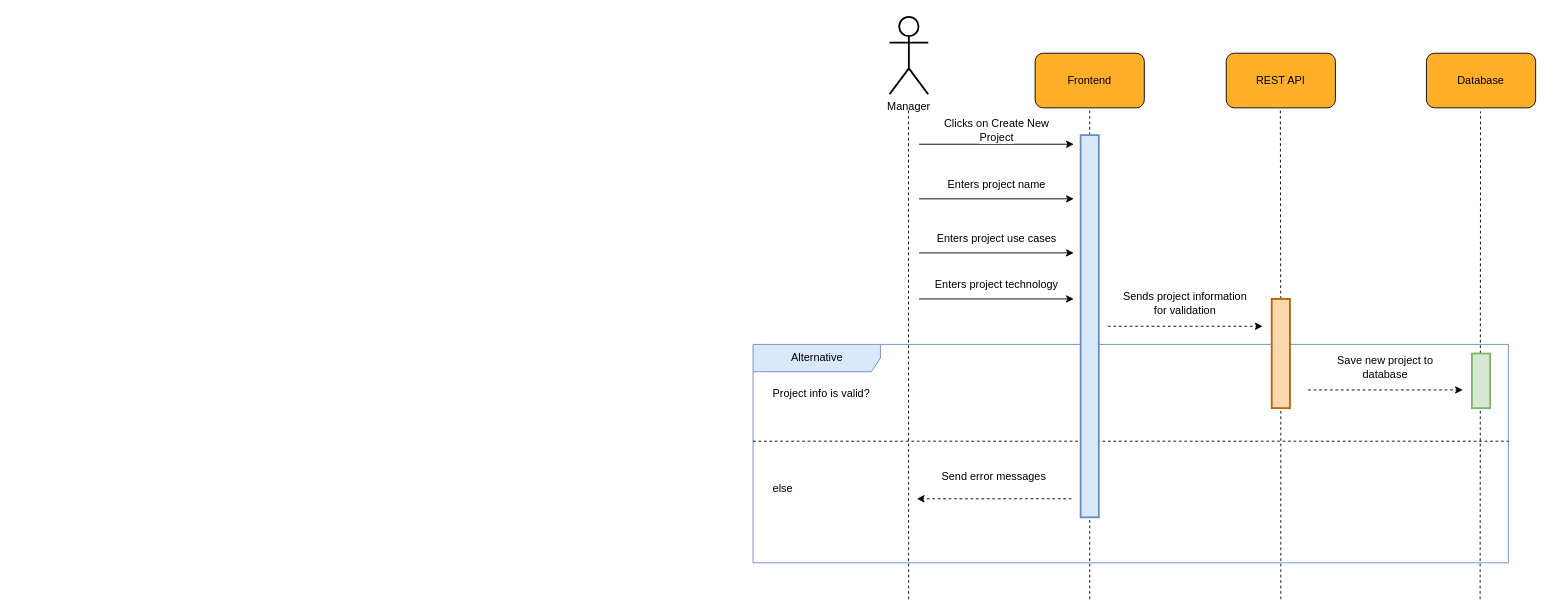
Earlier version of the draw.io diagram diagrams/collaboration/cd-10.drawio (usman1100/fyp-documentation). Source tidied: cells renumbered, new cells numbered last; positions are measured from the earlier drawing's top-left corner, leaving out a move shared by most shapes. Both pictures are drawn from the tidied source at 91%, with x=0, y=0 at pixel (753, 16).
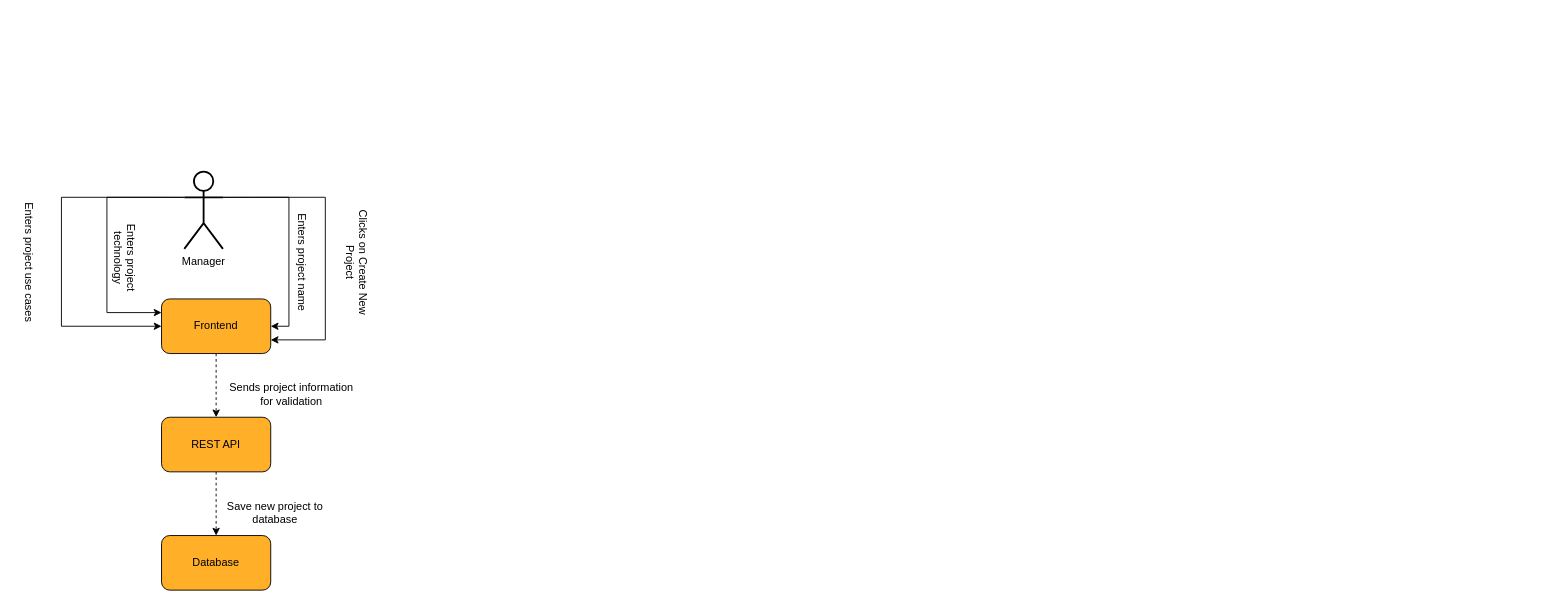
The same page after the edit.

The change refers to these unchanged cells:
```xml
<mxCell id="10" style="rounded=1;whiteSpace=wrap;html=1;fillColor=#FFAF28;fontSize=12;" parent="9" vertex="1">
  <mxGeometry width="120" height="60" as="geometry" />
</mxCell>
<mxCell id="25" style="rounded=1;whiteSpace=wrap;html=1;fillColor=#FFAF28;fontSize=12;" parent="24" vertex="1">
  <mxGeometry width="120" height="60" as="geometry" />
</mxCell>
```

What changed in the source:
```diff
@@
-    <mxCell id="2" value="Alternative" style="shape=umlFrame;tabWidth=110;tabHeight=30;tabPosition=left;html=1;boundedLbl=1;labelInHeader=1;width=140;height=30;fillColor=#dae8fc;fontSize=12;strokeWidth=1;strokeColor=#6c8ebf;" parent="1" vertex="1">
-      <mxGeometry y="360" width="830" height="240" as="geometry" />
-    </mxCell>
-    <mxCell id="3" value="Project info is valid?" style="text;fillColor=none;fontSize=12;" parent="2" vertex="1">
-      <mxGeometry width="100" height="20" relative="1" as="geometry">
-        <mxPoint x="20" y="40" as="offset" />
-      </mxGeometry>
-    </mxCell>
-    <mxCell id="4" value="else" style="line;strokeWidth=1;dashed=1;labelPosition=center;verticalLabelPosition=bottom;align=left;verticalAlign=top;spacingLeft=20;spacingTop=15;fillColor=none;fontSize=12;" parent="2" vertex="1">
-      <mxGeometry y="83.1" width="830" height="46.5" as="geometry" />
-    </mxCell>
-    <mxCell id="5" style="endArrow=classic;html=1;rounded=0;strokeWidth=1;jumpSize=6;fontSize=12;dashed=1;" parent="2" edge="1">
-      <mxGeometry relative="1" as="geometry">
-        <mxPoint x="610" y="50" as="sourcePoint" />
-        <mxPoint x="780" y="50" as="targetPoint" />
-      </mxGeometry>
-    </mxCell>
-    <mxCell id="6" value="&lt;span style=&quot;background-color: rgb(255 , 255 , 255)&quot;&gt;Save new project to database&lt;/span&gt;" style="text;html=1;strokeColor=none;fillColor=none;align=center;verticalAlign=middle;whiteSpace=wrap;rounded=0;fontSize=12;" parent="2" vertex="1">
-      <mxGeometry x="620" y="10" width="150" height="30" as="geometry" />
-    </mxCell>
-    <mxCell id="7" style="endArrow=classic;html=1;rounded=0;strokeWidth=1;jumpSize=6;fontSize=12;dashed=1;" parent="2" edge="1">
-      <mxGeometry relative="1" as="geometry">
-        <mxPoint x="350" y="169.6" as="sourcePoint" />
-        <mxPoint x="180" y="169.6" as="targetPoint" />
-      </mxGeometry>
-    </mxCell>
-    <mxCell id="8" value="&lt;span style=&quot;background-color: rgb(255 , 255 , 255)&quot;&gt;Send error messages&lt;/span&gt;" style="text;html=1;strokeColor=none;fillColor=none;align=center;verticalAlign=middle;whiteSpace=wrap;rounded=0;fontSize=12;" parent="2" vertex="1">
-      <mxGeometry x="190" y="129.6" width="150" height="30" as="geometry" />
-    </mxCell>
     <mxCell id="9" style="group;fontSize=12;" parent="1" vertex="1">
-      <mxGeometry x="310" y="40" width="120" height="60" as="geometry" />
+      <mxGeometry x="-650" y="310" width="120" height="60" as="geometry" />
     </mxCell>
@@
     <mxCell id="12" style="group;fontSize=12;" parent="1" vertex="1">
-      <mxGeometry x="520" y="40" width="120" height="60" as="geometry" />
+      <mxGeometry x="-650" y="440" width="120" height="60" as="geometry" />
     </mxCell>
@@
-    <mxCell id="15" style="endArrow=none;dashed=1;html=1;rounded=0;entryX=0.5;entryY=1;entryDx=0;entryDy=0;jumpSize=6;strokeWidth=1;fontSize=12;" parent="1" edge="1" target="10">
-      <mxGeometry relative="1" as="geometry">
-        <mxPoint x="370" y="640" as="sourcePoint" />
-      </mxGeometry>
-    </mxCell>
-    <mxCell id="16" style="endArrow=none;dashed=1;html=1;rounded=0;entryX=0.5;entryY=1;entryDx=0;entryDy=0;jumpSize=6;strokeWidth=1;startArrow=none;fontSize=12;" parent="1" edge="1" source="22">
-      <mxGeometry relative="1" as="geometry">
-        <mxPoint x="579.5" y="100" as="targetPoint" />
-      </mxGeometry>
-    </mxCell>
+    <mxCell id="37" style="edgeStyle=orthogonalEdgeStyle;rounded=0;jettySize=auto;html=1;exitX=1;exitY=0.3333333333333333;exitDx=0;exitDy=0;exitPerimeter=0;entryX=1;entryY=0.5;entryDx=0;entryDy=0;" parent="1" edge="1" source="17" target="10">
+      <mxGeometry relative="1" as="geometry" />
+    </mxCell>
+    <mxCell id="38" style="edgeStyle=orthogonalEdgeStyle;rounded=0;jettySize=auto;html=1;exitX=0;exitY=0.3333333333333333;exitDx=0;exitDy=0;exitPerimeter=0;entryX=0;entryY=0.5;entryDx=0;entryDy=0;" parent="1" edge="1" source="17" target="10">
+      <mxGeometry relative="1" as="geometry">
+        <Array as="points">
+          <mxPoint x="-760" y="198" />
+          <mxPoint x="-760" y="340" />
+        </Array>
+      </mxGeometry>
+    </mxCell>
+    <mxCell id="39" style="edgeStyle=orthogonalEdgeStyle;rounded=0;jettySize=auto;html=1;exitX=0;exitY=0.3333333333333333;exitDx=0;exitDy=0;exitPerimeter=0;entryX=0;entryY=0.25;entryDx=0;entryDy=0;" parent="1" edge="1" source="17" target="10">
+      <mxGeometry relative="1" as="geometry">
+        <Array as="points">
+          <mxPoint x="-710" y="198" />
+          <mxPoint x="-710" y="325" />
+        </Array>
+      </mxGeometry>
+    </mxCell>
+    <mxCell id="40" style="edgeStyle=orthogonalEdgeStyle;rounded=0;jettySize=auto;html=1;exitX=1;exitY=0.3333333333333333;exitDx=0;exitDy=0;exitPerimeter=0;entryX=1;entryY=0.75;entryDx=0;entryDy=0;" parent="1" edge="1" source="17" target="10">
+      <mxGeometry relative="1" as="geometry">
+        <Array as="points">
+          <mxPoint x="-470" y="198" />
+          <mxPoint x="-470" y="355" />
+        </Array>
+      </mxGeometry>
+    </mxCell>
     <mxCell id="17" value="Manager" style="shape=umlActor;verticalLabelPosition=bottom;verticalAlign=top;html=1;outlineConnect=0;rounded=1;strokeWidth=2;fontSize=12;" parent="1" vertex="1">
-      <mxGeometry x="150" width="42.5" height="85" as="geometry" />
+      <mxGeometry x="-625" y="170" width="42.5" height="85" as="geometry" />
     </mxCell>
-    <mxCell id="18" style="endArrow=none;dashed=1;html=1;rounded=0;entryX=0.5;entryY=1;entryDx=0;entryDy=0;jumpSize=6;strokeWidth=1;fontSize=12;" parent="1" edge="1">
-      <mxGeometry relative="1" as="geometry">
-        <mxPoint x="171" y="640" as="sourcePoint" />
-        <mxPoint x="170.8" y="100" as="targetPoint" />
-      </mxGeometry>
-    </mxCell>
-    <mxCell id="19" style="endArrow=classic;html=1;rounded=0;strokeWidth=1;jumpSize=6;fontSize=12;" parent="1" edge="1">
-      <mxGeometry relative="1" as="geometry">
-        <mxPoint x="182.5" y="140" as="sourcePoint" />
-        <mxPoint x="352.5" y="140" as="targetPoint" />
-      </mxGeometry>
-    </mxCell>
-    <mxCell id="20" value="&lt;span style=&quot;background-color: rgb(255 , 255 , 255) ; font-size: 12px&quot;&gt;Clicks on Create New Project&lt;/span&gt;" style="text;html=1;strokeColor=none;fillColor=none;align=center;verticalAlign=middle;whiteSpace=wrap;rounded=0;fontSize=12;" parent="1" vertex="1">
-      <mxGeometry x="192.5" y="110" width="150" height="30" as="geometry" />
+    <mxCell id="20" value="&lt;span style=&quot;background-color: rgb(255 , 255 , 255) ; font-size: 12px&quot;&gt;Clicks on Create New Project&lt;/span&gt;" style="text;html=1;strokeColor=none;fillColor=none;align=center;verticalAlign=middle;whiteSpace=wrap;rounded=0;fontSize=12;rotation=90;" parent="1" vertex="1">
+      <mxGeometry x="-510" y="255" width="150" height="30" as="geometry" />
     </mxCell>
-    <mxCell id="21" style="rounded=0;whiteSpace=wrap;html=1;fontSize=12;strokeWidth=2;fillColor=#dae8fc;strokeColor=#6c8ebf;" parent="1" vertex="1">
-      <mxGeometry x="360" y="130" width="20" height="420" as="geometry" />
-    </mxCell>
-    <mxCell id="22" style="rounded=0;whiteSpace=wrap;html=1;fontSize=12;strokeWidth=2;fillColor=#fad7ac;strokeColor=#b46504;" parent="1" vertex="1">
-      <mxGeometry x="570" y="310" width="20" height="120" as="geometry" />
-    </mxCell>
-    <mxCell id="23" style="endArrow=none;dashed=1;html=1;rounded=0;entryX=0.5;entryY=1;entryDx=0;entryDy=0;jumpSize=6;strokeWidth=1;fontSize=12;" parent="1" edge="1" target="22">
-      <mxGeometry relative="1" as="geometry">
-        <mxPoint x="580" y="640" as="sourcePoint" />
-      </mxGeometry>
-    </mxCell>
     <mxCell id="24" style="group;fontSize=12;" parent="1" vertex="1">
-      <mxGeometry x="740" y="40" width="120" height="60" as="geometry" />
+      <mxGeometry x="-650" y="570" width="120" height="60" as="geometry" />
     </mxCell>
@@
-    <mxCell id="27" style="endArrow=none;dashed=1;html=1;rounded=0;entryX=0.5;entryY=1;entryDx=0;entryDy=0;jumpSize=6;strokeWidth=1;fontSize=12;startArrow=none;" parent="1" edge="1">
-      <mxGeometry relative="1" as="geometry">
-        <mxPoint x="799" y="640" as="sourcePoint" />
-        <mxPoint x="799.5" y="104" as="targetPoint" />
-      </mxGeometry>
-    </mxCell>
-    <mxCell id="28" style="endArrow=classic;html=1;rounded=0;strokeWidth=1;jumpSize=6;fontSize=12;" parent="1" edge="1">
-      <mxGeometry relative="1" as="geometry">
-        <mxPoint x="182.5" y="200" as="sourcePoint" />
-        <mxPoint x="352.5" y="200" as="targetPoint" />
-      </mxGeometry>
-    </mxCell>
-    <mxCell id="29" value="&lt;span style=&quot;background-color: rgb(255 , 255 , 255)&quot;&gt;Enters project name&lt;/span&gt;" style="text;html=1;strokeColor=none;fillColor=none;align=center;verticalAlign=middle;whiteSpace=wrap;rounded=0;fontSize=12;" parent="1" vertex="1">
-      <mxGeometry x="192.5" y="170" width="150" height="30" as="geometry" />
+    <mxCell id="29" value="&lt;span style=&quot;background-color: rgb(255 , 255 , 255)&quot;&gt;Enters project name&lt;/span&gt;" style="text;html=1;strokeColor=none;fillColor=none;align=center;verticalAlign=middle;whiteSpace=wrap;rounded=0;fontSize=12;rotation=90;" parent="1" vertex="1">
+      <mxGeometry x="-570" y="255" width="150" height="30" as="geometry" />
     </mxCell>
-    <mxCell id="30" style="endArrow=classic;html=1;rounded=0;strokeWidth=1;jumpSize=6;fontSize=12;" parent="1" edge="1">
-      <mxGeometry relative="1" as="geometry">
-        <mxPoint x="182.5" y="259.4" as="sourcePoint" />
-        <mxPoint x="352.5" y="259.4" as="targetPoint" />
-      </mxGeometry>
-    </mxCell>
-    <mxCell id="31" value="&lt;span style=&quot;background-color: rgb(255 , 255 , 255)&quot;&gt;Enters project use cases&lt;/span&gt;" style="text;html=1;strokeColor=none;fillColor=none;align=center;verticalAlign=middle;whiteSpace=wrap;rounded=0;fontSize=12;" parent="1" vertex="1">
-      <mxGeometry x="192.5" y="229.4" width="150" height="30" as="geometry" />
+    <mxCell id="31" value="&lt;span style=&quot;background-color: rgb(255 , 255 , 255)&quot;&gt;Enters project use cases&lt;/span&gt;" style="text;html=1;strokeColor=none;fillColor=none;align=center;verticalAlign=middle;whiteSpace=wrap;rounded=0;fontSize=12;rotation=90;" parent="1" vertex="1">
+      <mxGeometry x="-870" y="255" width="150" height="30" as="geometry" />
     </mxCell>
-    <mxCell id="32" style="endArrow=classic;html=1;rounded=0;strokeWidth=1;jumpSize=6;fontSize=12;" parent="1" edge="1">
-      <mxGeometry relative="1" as="geometry">
-        <mxPoint x="182.5" y="310" as="sourcePoint" />
-        <mxPoint x="352.5" y="310" as="targetPoint" />
-      </mxGeometry>
-    </mxCell>
-    <mxCell id="33" value="&lt;span style=&quot;background-color: rgb(255 , 255 , 255)&quot;&gt;Enters project technology&lt;/span&gt;" style="text;html=1;strokeColor=none;fillColor=none;align=center;verticalAlign=middle;whiteSpace=wrap;rounded=0;fontSize=12;" parent="1" vertex="1">
-      <mxGeometry x="192.5" y="280" width="150" height="30" as="geometry" />
+    <mxCell id="33" value="&lt;span style=&quot;background-color: rgb(255 , 255 , 255)&quot;&gt;Enters project technology&lt;/span&gt;" style="text;html=1;strokeColor=none;fillColor=none;align=center;verticalAlign=middle;whiteSpace=wrap;rounded=0;fontSize=12;rotation=90;" parent="1" vertex="1">
+      <mxGeometry x="-750" y="250" width="120" height="30" as="geometry" />
     </mxCell>
-    <mxCell id="34" style="endArrow=classic;html=1;rounded=0;strokeWidth=1;jumpSize=6;fontSize=12;dashed=1;" parent="1" edge="1">
+    <mxCell id="34" style="endArrow=classic;html=1;rounded=0;strokeWidth=1;jumpSize=6;fontSize=12;dashed=1;exitX=0.5;exitY=1;exitDx=0;exitDy=0;" parent="1" edge="1" source="10">
       <mxGeometry relative="1" as="geometry">
-        <mxPoint x="390" y="340" as="sourcePoint" />
-        <mxPoint x="560" y="340" as="targetPoint" />
+        <mxPoint x="-590" y="440" as="targetPoint" />
       </mxGeometry>
     </mxCell>
     <mxCell id="35" value="&lt;span style=&quot;background-color: rgb(255 , 255 , 255)&quot;&gt;Sends project information for validation&lt;/span&gt;" style="text;html=1;strokeColor=none;fillColor=none;align=center;verticalAlign=middle;whiteSpace=wrap;rounded=0;fontSize=12;" parent="1" vertex="1">
-      <mxGeometry x="400" y="300" width="150" height="30" as="geometry" />
+      <mxGeometry x="-582.5" y="400" width="150" height="30" as="geometry" />
     </mxCell>
-    <mxCell id="36" style="rounded=0;whiteSpace=wrap;html=1;fontSize=12;strokeWidth=2;fillColor=#d5e8d4;strokeColor=#82b366;" parent="1" vertex="1">
-      <mxGeometry x="790" y="370" width="20" height="60" as="geometry" />
-    </mxCell>
+    <mxCell id="41" style="endArrow=classic;html=1;rounded=0;strokeWidth=1;jumpSize=6;fontSize=12;dashed=1;" parent="1" edge="1" target="25">
+      <mxGeometry relative="1" as="geometry">
+        <mxPoint x="-590" y="500" as="sourcePoint" />
+      </mxGeometry>
+    </mxCell>
+    <mxCell id="6" value="&lt;span style=&quot;background-color: rgb(255 , 255 , 255)&quot;&gt;Save new project to database&lt;/span&gt;" style="text;html=1;strokeColor=none;fillColor=none;align=center;verticalAlign=middle;whiteSpace=wrap;rounded=0;fontSize=12;" parent="1" vertex="1">
+      <mxGeometry x="-600" y="530" width="150" height="30" as="geometry" />
+    </mxCell>
```
